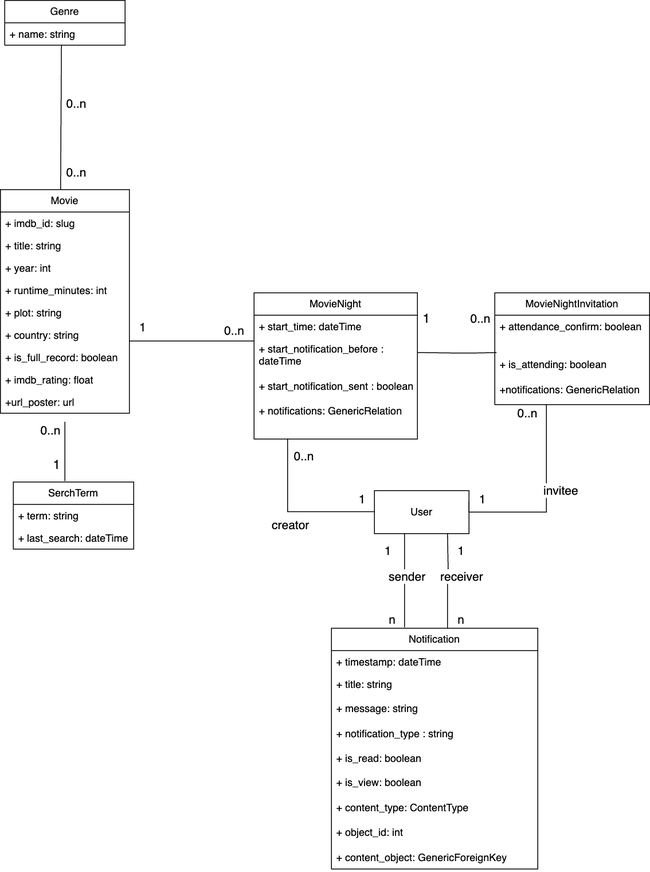
This is movienight-uml.drawio.png from nldq092203/Movie-Night, a draw.io export, as it was before one commit. Source tidied: cells renumbered, new cells last; positions are measured from the earlier drawing's top-left corner, leaving out a move shared by most shapes.
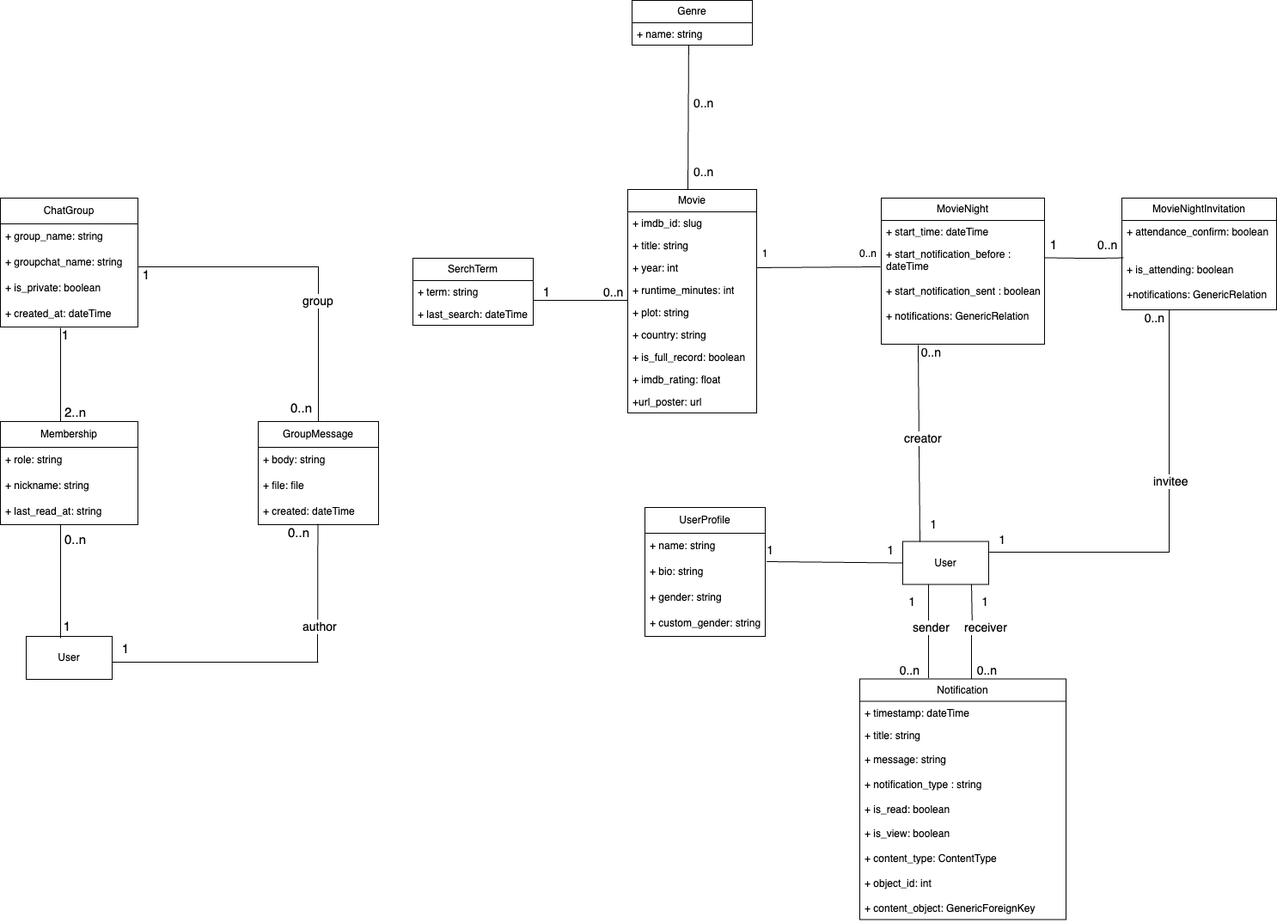
After the change.

Change to the diagram source:
```diff
@@ -7,4 +7,4 @@
         <Array as="points">
-          <mxPoint x="530" y="410" />
-          <mxPoint x="550" y="410" />
+          <mxPoint x="530" y="300" />
+          <mxPoint x="550" y="300" />
         </Array>
@@ -13,18 +13,15 @@
     <mxCell id="3" value="&lt;font style=&quot;font-size: 15px;&quot;&gt;1&lt;/font&gt;" style="edgeLabel;html=1;align=right;verticalAlign=bottom;" parent="1" vertex="1">
-      <mxGeometry x="500" y="380" as="geometry" />
+      <mxGeometry x="500" y="295" as="geometry" />
     </mxCell>
     <mxCell id="4" value="&lt;font style=&quot;font-size: 14px;&quot;&gt;&lt;font style=&quot;font-size: 14px;&quot;&gt;0.&lt;/font&gt;.n&lt;/font&gt;" style="edgeLabel;html=1;align=left;verticalAlign=bottom;rotation=0;" parent="1" vertex="1">
-      <mxGeometry x="545" y="380" as="geometry" />
+      <mxGeometry x="545" y="295" as="geometry" />
     </mxCell>
-    <mxCell id="5" style="endArrow=none;html=1;rounded=0;entryX=-0.014;entryY=0.269;entryDx=0;entryDy=0;entryPerimeter=0;" parent="1" edge="1">
-      <mxGeometry relative="1" as="geometry">
-        <mxPoint x="75" y="490" as="sourcePoint" />
-        <mxPoint x="75" y="559" as="targetPoint" />
-      </mxGeometry>
+    <mxCell id="5" style="endArrow=none;html=1;rounded=0;entryX=1.004;entryY=-0.115;entryDx=0;entryDy=0;entryPerimeter=0;exitX=-0.003;exitY=0.962;exitDx=0;exitDy=0;exitPerimeter=0;" parent="1" edge="1" source="17" target="25">
+      <mxGeometry relative="1" as="geometry" />
     </mxCell>
     <mxCell id="6" value="&lt;font style=&quot;font-size: 15px;&quot;&gt;1&lt;/font&gt;" style="edgeLabel;html=1;align=right;verticalAlign=bottom;" parent="1" vertex="1">
-      <mxGeometry x="70" y="550" as="geometry" />
+      <mxGeometry x="-90" y="350" as="geometry" />
     </mxCell>
     <mxCell id="7" value="&lt;font style=&quot;font-size: 14px;&quot;&gt;&lt;font style=&quot;font-size: 14px;&quot;&gt;0.&lt;/font&gt;.n&lt;/font&gt;" style="edgeLabel;html=1;align=left;verticalAlign=bottom;rotation=0;" parent="1" vertex="1">
-      <mxGeometry x="45" y="510" as="geometry" />
+      <mxGeometry x="-30" y="350" as="geometry" />
     </mxCell>
@@ -78,3 +75,3 @@
     <mxCell id="23" value="SerchTerm" style="swimlane;fontStyle=0;horizontal=1;startSize=26;fillColor=none;whiteSpace=wrap;html=1;" parent="1" vertex="1">
-      <mxGeometry x="15" y="560" width="140" height="78" as="geometry" />
+      <mxGeometry x="-250" y="300" width="140" height="78" as="geometry" />
     </mxCell>
@@ -87,3 +84,3 @@
     <mxCell id="26" value="MovieNight" style="swimlane;fontStyle=0;horizontal=1;startSize=26;fillColor=none;whiteSpace=wrap;html=1;" parent="1" vertex="1">
-      <mxGeometry x="295" y="340" width="190" height="170" as="geometry" />
+      <mxGeometry x="295" y="230" width="190" height="170" as="geometry" />
     </mxCell>
@@ -95,23 +92,4 @@
     </mxCell>
-    <mxCell id="29" style="endArrow=none;html=1;edgeStyle=orthogonalEdgeStyle;rounded=0;entryX=0;entryY=0.5;entryDx=0;entryDy=0;" parent="26" edge="1">
-      <mxGeometry relative="1" as="geometry">
-        <mxPoint x="39" y="170" as="sourcePoint" />
-        <mxPoint x="140" y="254.5" as="targetPoint" />
-        <Array as="points">
-          <mxPoint x="39" y="254.5" />
-        </Array>
-      </mxGeometry>
-    </mxCell>
-    <mxCell id="30" value="&lt;font style=&quot;font-size: 14px;&quot;&gt;creator&lt;/font&gt;" style="edgeLabel;html=1;align=left;verticalAlign=bottom;" parent="29" vertex="1">
-      <mxGeometry x="-1" relative="1" as="geometry">
-        <mxPoint x="-20" y="110" as="offset" />
-      </mxGeometry>
-    </mxCell>
-    <mxCell id="31" value="&lt;font style=&quot;font-size: 14px;&quot;&gt;0..n&lt;/font&gt;" style="edgeLabel;html=1;align=right;verticalAlign=bottom;" parent="29" vertex="1">
-      <mxGeometry x="1" relative="1" as="geometry">
-        <mxPoint x="-70" y="-54" as="offset" />
-      </mxGeometry>
-    </mxCell>
     <mxCell id="32" value="MovieNightInvitation" style="swimlane;fontStyle=0;horizontal=1;startSize=26;fillColor=none;whiteSpace=wrap;html=1;" parent="1" vertex="1">
-      <mxGeometry x="575" y="340" width="180" height="130" as="geometry" />
+      <mxGeometry x="575" y="230" width="180" height="130" as="geometry" />
     </mxCell>
@@ -123,24 +101,7 @@
     </mxCell>
-    <mxCell id="35" style="endArrow=none;html=1;edgeStyle=orthogonalEdgeStyle;rounded=0;exitX=1;exitY=0.769;exitDx=0;exitDy=0;exitPerimeter=0;entryX=0;entryY=0.089;entryDx=0;entryDy=0;entryPerimeter=0;" parent="1" edge="1" source="19" target="28">
-      <mxGeometry relative="1" as="geometry">
-        <Array as="points">
-          <mxPoint x="295" y="396" />
-        </Array>
-      </mxGeometry>
-    </mxCell>
-    <mxCell id="36" value="&lt;font style=&quot;font-size: 14px;&quot;&gt;1&lt;/font&gt;" style="edgeLabel;html=1;align=left;verticalAlign=bottom;" parent="35" vertex="1">
-      <mxGeometry x="-1" relative="1" as="geometry">
-        <mxPoint x="10" y="-6" as="offset" />
-      </mxGeometry>
-    </mxCell>
-    <mxCell id="37" value="&lt;font style=&quot;font-size: 14px;&quot;&gt;0..n&lt;/font&gt;" style="edgeLabel;html=1;align=right;verticalAlign=bottom;" parent="35" vertex="1">
-      <mxGeometry x="1" relative="1" as="geometry">
-        <mxPoint x="-11" y="-9" as="offset" />
-      </mxGeometry>
-    </mxCell>
     <mxCell id="38" value="User" style="html=1;whiteSpace=wrap;" parent="1" vertex="1">
-      <mxGeometry x="435" y="570" width="110" height="50" as="geometry" />
+      <mxGeometry x="320" y="629.5" width="100" height="50" as="geometry" />
     </mxCell>
     <mxCell id="39" value="&lt;font style=&quot;font-size: 14px;&quot;&gt;1&lt;/font&gt;" style="edgeLabel;html=1;align=right;verticalAlign=bottom;" parent="1" vertex="1">
-      <mxGeometry x="425" y="590" as="geometry" />
+      <mxGeometry x="360" y="620" as="geometry" />
     </mxCell>
@@ -149,5 +110,4 @@
         <Array as="points">
-          <mxPoint x="635" y="470" />
-          <mxPoint x="635" y="595" />
-          <mxPoint x="545" y="595" />
+          <mxPoint x="630" y="360" />
+          <mxPoint x="630" y="642" />
         </Array>
@@ -157,3 +117,3 @@
       <mxGeometry x="-1" relative="1" as="geometry">
-        <mxPoint x="-20" y="110" as="offset" />
+        <mxPoint x="-40" y="210" as="offset" />
       </mxGeometry>
@@ -161,9 +121,9 @@
     <mxCell id="42" value="&lt;font style=&quot;font-size: 14px;&quot;&gt;0..n&lt;/font&gt;" style="edgeLabel;html=1;align=right;verticalAlign=bottom;" parent="1" vertex="1">
-      <mxGeometry x="625" y="490" as="geometry" />
+      <mxGeometry x="625" y="380" as="geometry" />
     </mxCell>
     <mxCell id="43" value="&lt;font style=&quot;font-size: 14px;&quot;&gt;1&lt;/font&gt;" style="edgeLabel;html=1;align=right;verticalAlign=bottom;" parent="1" vertex="1">
-      <mxGeometry x="565" y="590" as="geometry" />
+      <mxGeometry x="440" y="638" as="geometry" />
     </mxCell>
     <mxCell id="44" value="Notification" style="swimlane;fontStyle=0;horizontal=1;startSize=26;fillColor=none;whiteSpace=wrap;html=1;" parent="1" vertex="1">
-      <mxGeometry x="385" y="730" width="240" height="280" as="geometry" />
+      <mxGeometry x="270" y="789.5" width="240" height="280" as="geometry" />
     </mxCell>
@@ -178,8 +138,9 @@
     </mxCell>
-    <mxCell id="48" style="endArrow=none;html=1;edgeStyle=orthogonalEdgeStyle;rounded=0;" parent="1" edge="1" source="44">
+    <mxCell id="48" style="endArrow=none;html=1;edgeStyle=orthogonalEdgeStyle;rounded=0;" parent="1" edge="1">
       <mxGeometry relative="1" as="geometry">
-        <mxPoint x="520" y="620" as="targetPoint" />
+        <mxPoint x="400" y="789.5" as="sourcePoint" />
+        <mxPoint x="400" y="679.5" as="targetPoint" />
         <Array as="points">
-          <mxPoint x="520" y="676" />
-          <mxPoint x="521" y="676" />
+          <mxPoint x="400" y="735.5" />
+          <mxPoint x="401" y="735.5" />
         </Array>
@@ -189,4 +150,4 @@
       <mxGeometry relative="1" as="geometry">
-        <mxPoint x="470" y="729" as="sourcePoint" />
-        <mxPoint x="470" y="620" as="targetPoint" />
+        <mxPoint x="350" y="788.5" as="sourcePoint" />
+        <mxPoint x="350" y="679.5" as="targetPoint" />
       </mxGeometry>
@@ -194,19 +155,167 @@
     <mxCell id="50" value="&lt;font style=&quot;font-size: 14px;&quot;&gt;receiver&lt;/font&gt;" style="edgeLabel;html=1;align=left;verticalAlign=bottom;" parent="1" vertex="1">
-      <mxGeometry x="510" y="680" as="geometry" />
+      <mxGeometry x="390" y="739.5" as="geometry" />
     </mxCell>
     <mxCell id="51" value="&lt;font style=&quot;font-size: 14px;&quot;&gt;sender&lt;/font&gt;" style="edgeLabel;html=1;align=left;verticalAlign=bottom;rotation=0;" parent="1" vertex="1">
-      <mxGeometry x="450" y="680" as="geometry" />
+      <mxGeometry x="330" y="739.5" as="geometry" />
     </mxCell>
     <mxCell id="52" value="&lt;font style=&quot;font-size: 14px;&quot;&gt;1&lt;/font&gt;" style="edgeLabel;html=1;align=right;verticalAlign=bottom;" parent="1" vertex="1">
-      <mxGeometry x="455" y="650" as="geometry" />
+      <mxGeometry x="335" y="709.5" as="geometry" />
     </mxCell>
     <mxCell id="53" value="&lt;font style=&quot;font-size: 14px;&quot;&gt;1&lt;/font&gt;" style="edgeLabel;html=1;align=right;verticalAlign=bottom;" parent="1" vertex="1">
-      <mxGeometry x="540" y="650" as="geometry" />
+      <mxGeometry x="420" y="709.5" as="geometry" />
     </mxCell>
-    <mxCell id="54" value="&lt;font style=&quot;font-size: 14px;&quot;&gt;n&lt;/font&gt;" style="edgeLabel;html=1;align=right;verticalAlign=bottom;" parent="1" vertex="1">
-      <mxGeometry x="460" y="730" as="geometry" />
+    <mxCell id="54" value="&lt;font style=&quot;font-size: 14px;&quot;&gt;0..n&lt;/font&gt;" style="edgeLabel;html=1;align=right;verticalAlign=bottom;" parent="1" vertex="1">
+      <mxGeometry x="340" y="789.5" as="geometry" />
     </mxCell>
-    <mxCell id="55" value="&lt;font style=&quot;font-size: 14px;&quot;&gt;n&lt;/font&gt;" style="edgeLabel;html=1;align=right;verticalAlign=bottom;" parent="1" vertex="1">
-      <mxGeometry x="540" y="730" as="geometry" />
+    <mxCell id="55" value="&lt;font style=&quot;font-size: 14px;&quot;&gt;0..n&lt;/font&gt;" style="edgeLabel;html=1;align=right;verticalAlign=bottom;" parent="1" vertex="1">
+      <mxGeometry x="430" y="789.5" as="geometry" />
     </mxCell>
+    <mxCell id="56" value="UserProfile" style="swimlane;fontStyle=0;horizontal=1;startSize=30;whiteSpace=wrap;html=1;" parent="1" vertex="1">
+      <mxGeometry x="20" y="590" width="140" height="150" as="geometry" />
+    </mxCell>
+    <mxCell id="57" value="+ name: string" style="text;strokeColor=none;fillColor=none;align=left;verticalAlign=middle;spacingLeft=4;spacingRight=4;overflow=hidden;whiteSpace=wrap;html=1;" parent="56" vertex="1">
+      <mxGeometry y="30" width="140" height="30" as="geometry" />
+    </mxCell>
+    <mxCell id="58" value="+ bio: string" style="text;strokeColor=none;fillColor=none;align=left;verticalAlign=middle;spacingLeft=4;spacingRight=4;overflow=hidden;points=[[0,0.5],[1,0.5]];portConstraint=eastwest;whiteSpace=wrap;html=1;" parent="56" vertex="1">
+      <mxGeometry y="60" width="140" height="30" as="geometry" />
+    </mxCell>
+    <mxCell id="59" value="+ gender: string" style="text;strokeColor=none;fillColor=none;align=left;verticalAlign=middle;spacingLeft=4;spacingRight=4;overflow=hidden;whiteSpace=wrap;html=1;" parent="56" vertex="1">
+      <mxGeometry y="90" width="140" height="30" as="geometry" />
+    </mxCell>
+    <mxCell id="60" value="+ custom_gender: string" style="text;strokeColor=none;fillColor=none;align=left;verticalAlign=middle;spacingLeft=4;spacingRight=4;overflow=hidden;whiteSpace=wrap;html=1;" parent="56" vertex="1">
+      <mxGeometry y="120" width="140" height="30" as="geometry" />
+    </mxCell>
+    <mxCell id="61" style="endArrow=none;html=1;rounded=0;exitX=1;exitY=0.5;exitDx=0;exitDy=0;entryX=-0.005;entryY=0.237;entryDx=0;entryDy=0;entryPerimeter=0;" parent="1" edge="1" source="16" target="28">
+      <mxGeometry relative="1" as="geometry" />
+    </mxCell>
+    <mxCell id="62" value="1" style="text;html=1;align=center;verticalAlign=middle;whiteSpace=wrap;rounded=0;" parent="1" vertex="1">
+      <mxGeometry x="145" y="280" width="30" height="30" as="geometry" />
+    </mxCell>
+    <mxCell id="63" value="0..n" style="text;html=1;align=center;verticalAlign=middle;whiteSpace=wrap;rounded=0;" parent="1" vertex="1">
+      <mxGeometry x="265" y="280" width="30" height="30" as="geometry" />
+    </mxCell>
+    <mxCell id="64" style="endArrow=none;html=1;rounded=0;entryX=0.226;entryY=1.008;entryDx=0;entryDy=0;entryPerimeter=0;" parent="1" edge="1" target="28">
+      <mxGeometry relative="1" as="geometry">
+        <mxPoint x="340" y="630" as="sourcePoint" />
+      </mxGeometry>
+    </mxCell>
+    <mxCell id="65" value="&lt;font style=&quot;font-size: 14px;&quot;&gt;0..n&lt;/font&gt;" style="edgeLabel;html=1;align=right;verticalAlign=bottom;" parent="1" vertex="1">
+      <mxGeometry x="365" y="420" as="geometry" />
+    </mxCell>
+    <mxCell id="30" value="&lt;font style=&quot;font-size: 14px;&quot;&gt;creator&lt;/font&gt;" style="edgeLabel;html=1;align=left;verticalAlign=bottom;" parent="1" vertex="1">
+      <mxGeometry x="320" y="520" as="geometry" />
+    </mxCell>
+    <mxCell id="66" style="endArrow=none;html=1;rounded=0;entryX=0;entryY=0.5;entryDx=0;entryDy=0;exitX=1.011;exitY=0.1;exitDx=0;exitDy=0;exitPerimeter=0;" parent="1" edge="1" source="58" target="38">
+      <mxGeometry relative="1" as="geometry" />
+    </mxCell>
+    <mxCell id="67" value="&lt;font style=&quot;font-size: 14px;&quot;&gt;1&lt;/font&gt;" style="edgeLabel;html=1;align=right;verticalAlign=bottom;" parent="1" vertex="1">
+      <mxGeometry x="170" y="650" as="geometry" />
+    </mxCell>
+    <mxCell id="68" value="&lt;font style=&quot;font-size: 14px;&quot;&gt;1&lt;/font&gt;" style="edgeLabel;html=1;align=right;verticalAlign=bottom;" parent="1" vertex="1">
+      <mxGeometry x="310" y="650" as="geometry" />
+    </mxCell>
+    <mxCell id="69" style="endArrow=none;html=1;rounded=0;entryX=0;entryY=0.5;entryDx=0;entryDy=0;exitX=1.011;exitY=0.1;exitDx=0;exitDy=0;exitPerimeter=0;" parent="1" edge="1" source="58" target="38">
+      <mxGeometry relative="1" as="geometry" />
+    </mxCell>
+    <mxCell id="70" value="User" style="html=1;whiteSpace=wrap;" parent="1" vertex="1">
+      <mxGeometry x="-700" y="740" width="100" height="50" as="geometry" />
+    </mxCell>
+    <mxCell id="71" value="ChatGroup" style="swimlane;fontStyle=0;horizontal=1;startSize=30;whiteSpace=wrap;html=1;" parent="1" vertex="1">
+      <mxGeometry x="-730" y="230" width="160" height="150" as="geometry" />
+    </mxCell>
+    <mxCell id="72" value="+ group_name: string" style="text;strokeColor=none;fillColor=none;align=left;verticalAlign=middle;spacingLeft=4;spacingRight=4;overflow=hidden;whiteSpace=wrap;html=1;" parent="71" vertex="1">
+      <mxGeometry y="30" width="160" height="30" as="geometry" />
+    </mxCell>
+    <mxCell id="73" value="+ groupchat_name: string" style="text;strokeColor=none;fillColor=none;align=left;verticalAlign=middle;spacingLeft=4;spacingRight=4;overflow=hidden;whiteSpace=wrap;html=1;" parent="71" vertex="1">
+      <mxGeometry y="60" width="160" height="30" as="geometry" />
+    </mxCell>
+    <mxCell id="74" value="+ is_private: boolean" style="text;strokeColor=none;fillColor=none;align=left;verticalAlign=middle;spacingLeft=4;spacingRight=4;overflow=hidden;whiteSpace=wrap;html=1;" parent="71" vertex="1">
+      <mxGeometry y="90" width="160" height="30" as="geometry" />
+    </mxCell>
+    <mxCell id="75" value="+&amp;nbsp;created_at: dateTime" style="text;strokeColor=none;fillColor=none;align=left;verticalAlign=middle;spacingLeft=4;spacingRight=4;overflow=hidden;whiteSpace=wrap;html=1;" parent="71" vertex="1">
+      <mxGeometry y="120" width="160" height="30" as="geometry" />
+    </mxCell>
+    <mxCell id="76" value="Membership" style="swimlane;fontStyle=0;horizontal=1;startSize=30;whiteSpace=wrap;html=1;" parent="1" vertex="1">
+      <mxGeometry x="-730" y="490" width="160" height="120" as="geometry" />
+    </mxCell>
+    <mxCell id="77" value="+ role: string" style="text;strokeColor=none;fillColor=none;align=left;verticalAlign=middle;spacingLeft=4;spacingRight=4;overflow=hidden;whiteSpace=wrap;html=1;" parent="76" vertex="1">
+      <mxGeometry y="30" width="160" height="30" as="geometry" />
+    </mxCell>
+    <mxCell id="78" value="+ nickname: string" style="text;strokeColor=none;fillColor=none;align=left;verticalAlign=middle;spacingLeft=4;spacingRight=4;overflow=hidden;whiteSpace=wrap;html=1;" parent="76" vertex="1">
+      <mxGeometry y="60" width="160" height="30" as="geometry" />
+    </mxCell>
+    <mxCell id="79" value="+ last_read_at: string" style="text;strokeColor=none;fillColor=none;align=left;verticalAlign=middle;spacingLeft=4;spacingRight=4;overflow=hidden;whiteSpace=wrap;html=1;" parent="76" vertex="1">
+      <mxGeometry y="90" width="160" height="30" as="geometry" />
+    </mxCell>
+    <mxCell id="80" style="endArrow=none;html=1;rounded=0;" parent="1" edge="1">
+      <mxGeometry relative="1" as="geometry">
+        <mxPoint x="-660" y="490" as="sourcePoint" />
+        <mxPoint x="-660" y="381" as="targetPoint" />
+      </mxGeometry>
+    </mxCell>
+    <mxCell id="81" value="&lt;font style=&quot;font-size: 15px;&quot;&gt;1&lt;/font&gt;" style="edgeLabel;html=1;align=right;verticalAlign=bottom;" parent="1" vertex="1">
+      <mxGeometry x="-650" y="400" as="geometry" />
+    </mxCell>
+    <mxCell id="82" value="&lt;font style=&quot;font-size: 15px;&quot;&gt;2..n&lt;/font&gt;" style="edgeLabel;html=1;align=right;verticalAlign=bottom;" parent="1" vertex="1">
+      <mxGeometry x="-630" y="490" as="geometry" />
+    </mxCell>
+    <mxCell id="83" style="endArrow=none;html=1;rounded=0;exitX=0.4;exitY=0.04;exitDx=0;exitDy=0;exitPerimeter=0;" parent="1" edge="1" source="70">
+      <mxGeometry relative="1" as="geometry">
+        <mxPoint x="-660" y="610" as="targetPoint" />
+      </mxGeometry>
+    </mxCell>
+    <mxCell id="84" value="&lt;font style=&quot;font-size: 15px;&quot;&gt;1&lt;/font&gt;" style="edgeLabel;html=1;align=right;verticalAlign=bottom;" parent="1" vertex="1">
+      <mxGeometry x="-648" y="739" as="geometry" />
+    </mxCell>
+    <mxCell id="85" value="&lt;font style=&quot;font-size: 15px;&quot;&gt;0..n&lt;/font&gt;" style="edgeLabel;html=1;align=right;verticalAlign=bottom;" parent="1" vertex="1">
+      <mxGeometry x="-630" y="638" as="geometry" />
+    </mxCell>
+    <mxCell id="86" value="GroupMessage" style="swimlane;fontStyle=0;horizontal=1;startSize=30;whiteSpace=wrap;html=1;" parent="1" vertex="1">
+      <mxGeometry x="-430" y="490" width="140" height="120" as="geometry" />
+    </mxCell>
+    <mxCell id="87" value="+ body: string" style="text;strokeColor=none;fillColor=none;align=left;verticalAlign=middle;spacingLeft=4;spacingRight=4;overflow=hidden;whiteSpace=wrap;html=1;" parent="86" vertex="1">
+      <mxGeometry y="30" width="140" height="30" as="geometry" />
+    </mxCell>
+    <mxCell id="88" value="+ file: file" style="text;strokeColor=none;fillColor=none;align=left;verticalAlign=middle;spacingLeft=4;spacingRight=4;overflow=hidden;whiteSpace=wrap;html=1;" parent="86" vertex="1">
+      <mxGeometry y="60" width="140" height="30" as="geometry" />
+    </mxCell>
+    <mxCell id="89" value="+ created: dateTime" style="text;strokeColor=none;fillColor=none;align=left;verticalAlign=middle;spacingLeft=4;spacingRight=4;overflow=hidden;points=[[0,0.5],[1,0.5]];portConstraint=eastwest;whiteSpace=wrap;html=1;" parent="86" vertex="1">
+      <mxGeometry y="90" width="140" height="30" as="geometry" />
+    </mxCell>
+    <mxCell id="90" style="endArrow=none;html=1;rounded=0;entryX=0.5;entryY=0;entryDx=0;entryDy=0;" parent="1" edge="1" target="86">
+      <mxGeometry relative="1" as="geometry">
+        <mxPoint x="-360" y="310" as="sourcePoint" />
+        <Array as="points">
+          <mxPoint x="-570" y="310" />
+          <mxPoint x="-360" y="310" />
+        </Array>
+      </mxGeometry>
+    </mxCell>
+    <mxCell id="91" style="endArrow=none;html=1;rounded=0;entryX=0.496;entryY=0.967;entryDx=0;entryDy=0;entryPerimeter=0;" parent="1" edge="1" target="89">
+      <mxGeometry relative="1" as="geometry">
+        <mxPoint x="-360" y="770" as="sourcePoint" />
+        <Array as="points">
+          <mxPoint x="-600" y="770" />
+          <mxPoint x="-361" y="770" />
+        </Array>
+      </mxGeometry>
+    </mxCell>
+    <mxCell id="92" value="&lt;font style=&quot;font-size: 15px;&quot;&gt;1&lt;/font&gt;" style="edgeLabel;html=1;align=right;verticalAlign=bottom;" parent="1" vertex="1">
+      <mxGeometry x="-580" y="765" as="geometry" />
+    </mxCell>
+    <mxCell id="93" value="&lt;font style=&quot;font-size: 14px;&quot;&gt;author&lt;/font&gt;" style="edgeLabel;html=1;align=left;verticalAlign=bottom;rotation=0;" parent="1" vertex="1">
+      <mxGeometry x="-380" y="739" as="geometry" />
+    </mxCell>
+    <mxCell id="94" value="&lt;font style=&quot;font-size: 15px;&quot;&gt;0..n&lt;/font&gt;" style="edgeLabel;html=1;align=right;verticalAlign=bottom;" parent="1" vertex="1">
+      <mxGeometry x="-370" y="629.5" as="geometry" />
+    </mxCell>
+    <mxCell id="95" value="&lt;font style=&quot;font-size: 15px;&quot;&gt;1&lt;/font&gt;" style="edgeLabel;html=1;align=right;verticalAlign=bottom;" parent="1" vertex="1">
+      <mxGeometry x="-556" y="330" as="geometry" />
+    </mxCell>
+    <mxCell id="96" value="&lt;font style=&quot;font-size: 15px;&quot;&gt;0..n&lt;/font&gt;" style="edgeLabel;html=1;align=right;verticalAlign=bottom;" parent="1" vertex="1">
+      <mxGeometry x="-367" y="485" as="geometry" />
+    </mxCell>
+    <mxCell id="97" value="&lt;font style=&quot;font-size: 14px;&quot;&gt;group&lt;/font&gt;" style="edgeLabel;html=1;align=left;verticalAlign=bottom;rotation=0;" parent="1" vertex="1">
+      <mxGeometry x="-380" y="360" as="geometry" />
+    </mxCell>
   </root>
```
